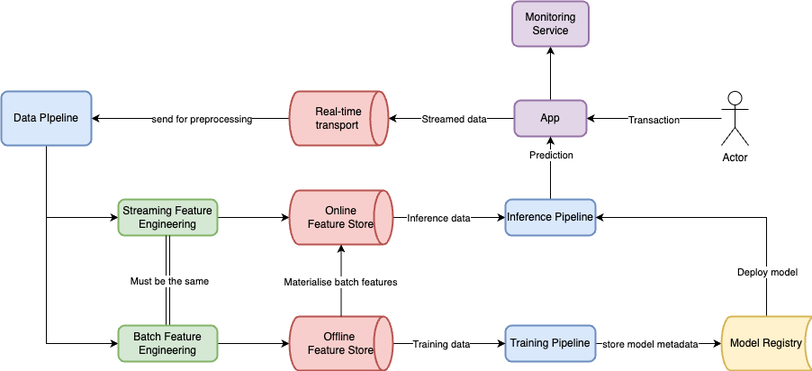
chonalchendo/fraud-detection-service keeps this draw.io diagram as images/fraud-detection-ml-system.drawio.png. Above is the earlier version. Source tidied: cells renumbered, new cells last; positions are measured from the earlier drawing's top-left corner, leaving out a move shared by most shapes. The source it was exported from:
```xml
<mxGraphModel background="#ffffff">
  <root>
    <mxCell id="0" />
    <mxCell id="1" parent="0" />
    <mxCell id="2" style="edgeStyle=orthogonalEdgeStyle;rounded=0;jettySize=auto;html=1;entryX=1;entryY=0.5;entryDx=0;entryDy=0;" parent="1" edge="1" source="4" target="8">
      <mxGeometry relative="1" as="geometry" />
    </mxCell>
    <mxCell id="3" value="Transaction" style="edgeLabel;html=1;align=center;verticalAlign=middle;" parent="2" vertex="1">
      <mxGeometry x="0.01" y="1" relative="1" as="geometry" />
    </mxCell>
    <mxCell id="4" value="Actor" style="shape=umlActor;verticalLabelPosition=bottom;verticalAlign=top;html=1;outlineConnect=0;" parent="1" vertex="1">
      <mxGeometry x="800" y="100" width="30" height="60" as="geometry" />
    </mxCell>
    <mxCell id="5" style="edgeStyle=orthogonalEdgeStyle;rounded=0;jettySize=auto;html=1;" parent="1" edge="1" source="8" target="11">
      <mxGeometry relative="1" as="geometry" />
    </mxCell>
    <mxCell id="6" value="Streamed data" style="edgeLabel;html=1;align=center;verticalAlign=middle;" parent="5" vertex="1">
      <mxGeometry x="-0.24" relative="1" as="geometry">
        <mxPoint x="-15" as="offset" />
      </mxGeometry>
    </mxCell>
    <mxCell id="7" style="edgeStyle=orthogonalEdgeStyle;rounded=0;jettySize=auto;html=1;" parent="1" edge="1" source="8" target="38">
      <mxGeometry relative="1" as="geometry" />
    </mxCell>
    <mxCell id="8" value="App" style="rounded=1;whiteSpace=wrap;html=1;absoluteArcSize=1;arcSize=14;strokeWidth=2;fillColor=#e1d5e7;strokeColor=#9673a6;" parent="1" vertex="1">
      <mxGeometry x="570" y="110" width="80" height="40" as="geometry" />
    </mxCell>
    <mxCell id="9" style="edgeStyle=orthogonalEdgeStyle;rounded=0;jettySize=auto;html=1;" parent="1" edge="1" source="11" target="14">
      <mxGeometry relative="1" as="geometry" />
    </mxCell>
    <mxCell id="10" value="send for preprocessing" style="edgeLabel;html=1;align=center;verticalAlign=middle;" parent="9" vertex="1">
      <mxGeometry x="0.1" y="-1" relative="1" as="geometry">
        <mxPoint x="23" y="1" as="offset" />
      </mxGeometry>
    </mxCell>
    <mxCell id="11" value="Real-time&lt;div&gt;&lt;span style=&quot;background-color: transparent; color: light-dark(rgb(0, 0, 0), rgb(255, 255, 255));&quot;&gt;transport&amp;nbsp;&lt;/span&gt;&lt;/div&gt;" style="strokeWidth=2;html=1;shape=mxgraph.flowchart.direct_data;whiteSpace=wrap;fillColor=#f8cecc;strokeColor=#b85450;" parent="1" vertex="1">
      <mxGeometry x="320" y="100" width="110" height="60" as="geometry" />
    </mxCell>
    <mxCell id="12" style="edgeStyle=orthogonalEdgeStyle;rounded=0;jettySize=auto;html=1;entryX=0;entryY=0.5;entryDx=0;entryDy=0;exitX=0.5;exitY=1;exitDx=0;exitDy=0;" parent="1" edge="1" source="14" target="16">
      <mxGeometry relative="1" as="geometry" />
    </mxCell>
    <mxCell id="13" style="edgeStyle=orthogonalEdgeStyle;rounded=0;jettySize=auto;html=1;entryX=0;entryY=0.5;entryDx=0;entryDy=0;exitX=0.5;exitY=1;exitDx=0;exitDy=0;" parent="1" edge="1" source="14" target="25">
      <mxGeometry relative="1" as="geometry" />
    </mxCell>
    <mxCell id="14" value="Data PIpeline" style="rounded=1;whiteSpace=wrap;html=1;absoluteArcSize=1;arcSize=14;strokeWidth=2;fillColor=#dae8fc;strokeColor=#6c8ebf;" parent="1" vertex="1">
      <mxGeometry y="100" width="100" height="60" as="geometry" />
    </mxCell>
    <mxCell id="15" style="edgeStyle=orthogonalEdgeStyle;rounded=0;jettySize=auto;html=1;entryX=0;entryY=0.5;entryDx=0;entryDy=0;entryPerimeter=0;" parent="1" edge="1" source="16" target="32">
      <mxGeometry relative="1" as="geometry" />
    </mxCell>
    <mxCell id="16" value="Streaming Feature Engineering" style="rounded=1;whiteSpace=wrap;html=1;absoluteArcSize=1;arcSize=14;strokeWidth=2;fillColor=#d5e8d4;strokeColor=#82b366;" parent="1" vertex="1">
      <mxGeometry x="130" y="220" width="110" height="40" as="geometry" />
    </mxCell>
    <mxCell id="17" style="edgeStyle=orthogonalEdgeStyle;rounded=0;jettySize=auto;html=1;entryX=0;entryY=0.5;entryDx=0;entryDy=0;" parent="1" edge="1" source="32" target="21">
      <mxGeometry relative="1" as="geometry" />
    </mxCell>
    <mxCell id="18" value="Inference data" style="edgeLabel;html=1;align=center;verticalAlign=middle;" parent="17" vertex="1">
      <mxGeometry x="-0.51" y="-1" relative="1" as="geometry">
        <mxPoint x="20" y="-1" as="offset" />
      </mxGeometry>
    </mxCell>
    <mxCell id="19" style="edgeStyle=orthogonalEdgeStyle;rounded=0;jettySize=auto;html=1;entryX=0.5;entryY=1;entryDx=0;entryDy=0;" parent="1" edge="1" source="21" target="8">
      <mxGeometry relative="1" as="geometry" />
    </mxCell>
    <mxCell id="20" value="Prediction" style="edgeLabel;html=1;align=center;verticalAlign=middle;" parent="19" vertex="1">
      <mxGeometry x="-0.07" y="-1" relative="1" as="geometry">
        <mxPoint x="-1" y="-17" as="offset" />
      </mxGeometry>
    </mxCell>
    <mxCell id="21" value="Inference Pipeline" style="rounded=1;whiteSpace=wrap;html=1;absoluteArcSize=1;arcSize=14;strokeWidth=2;fillColor=#dae8fc;strokeColor=#6c8ebf;" parent="1" vertex="1">
      <mxGeometry x="560" y="220" width="100" height="40" as="geometry" />
    </mxCell>
    <mxCell id="22" style="edgeStyle=orthogonalEdgeStyle;rounded=0;jettySize=auto;html=1;entryX=0;entryY=0.5;entryDx=0;entryDy=0;entryPerimeter=0;" parent="1" edge="1" source="25" target="35">
      <mxGeometry relative="1" as="geometry" />
    </mxCell>
    <mxCell id="23" style="edgeStyle=orthogonalEdgeStyle;rounded=0;jettySize=auto;html=1;shape=link;" parent="1" edge="1" source="25" target="16">
      <mxGeometry relative="1" as="geometry" />
    </mxCell>
    <mxCell id="24" value="Must be the same" style="edgeLabel;html=1;align=center;verticalAlign=middle;" parent="23" vertex="1">
      <mxGeometry y="-1" relative="1" as="geometry" />
    </mxCell>
    <mxCell id="25" value="Batch Feature Engineering" style="rounded=1;whiteSpace=wrap;html=1;absoluteArcSize=1;arcSize=14;strokeWidth=2;fillColor=#d5e8d4;strokeColor=#82b366;" parent="1" vertex="1">
      <mxGeometry x="130" y="360" width="110" height="40" as="geometry" />
    </mxCell>
    <mxCell id="26" style="edgeStyle=orthogonalEdgeStyle;rounded=0;jettySize=auto;html=1;" parent="1" edge="1" source="28" target="31">
      <mxGeometry relative="1" as="geometry" />
    </mxCell>
    <mxCell id="27" value="store model metadata" style="edgeLabel;html=1;align=center;verticalAlign=middle;" parent="26" vertex="1">
      <mxGeometry x="-0.52" relative="1" as="geometry">
        <mxPoint x="26" as="offset" />
      </mxGeometry>
    </mxCell>
    <mxCell id="28" value="Training Pipeline" style="rounded=1;whiteSpace=wrap;html=1;absoluteArcSize=1;arcSize=14;strokeWidth=2;fillColor=#dae8fc;strokeColor=#6c8ebf;" parent="1" vertex="1">
      <mxGeometry x="560" y="360" width="100" height="40" as="geometry" />
    </mxCell>
    <mxCell id="29" style="edgeStyle=orthogonalEdgeStyle;rounded=0;jettySize=auto;html=1;entryX=1;entryY=0.5;entryDx=0;entryDy=0;exitX=0.5;exitY=0;exitDx=0;exitDy=0;exitPerimeter=0;" parent="1" edge="1" source="31" target="21">
      <mxGeometry relative="1" as="geometry" />
    </mxCell>
    <mxCell id="30" value="Deploy model" style="edgeLabel;html=1;align=center;verticalAlign=middle;" parent="29" vertex="1">
      <mxGeometry x="-0.52" y="-1" relative="1" as="geometry">
        <mxPoint x="-1" y="22" as="offset" />
      </mxGeometry>
    </mxCell>
    <mxCell id="31" value="Model Registry" style="strokeWidth=2;html=1;shape=mxgraph.flowchart.stored_data;whiteSpace=wrap;fillColor=#fff2cc;strokeColor=#d6b656;" parent="1" vertex="1">
      <mxGeometry x="800" y="350" width="100" height="60" as="geometry" />
    </mxCell>
    <mxCell id="32" value="Online&lt;div&gt;Feature Store&lt;/div&gt;" style="strokeWidth=2;html=1;shape=mxgraph.flowchart.direct_data;whiteSpace=wrap;fillColor=#f8cecc;strokeColor=#b85450;" parent="1" vertex="1">
      <mxGeometry x="320" y="210" width="115" height="60" as="geometry" />
    </mxCell>
    <mxCell id="33" style="edgeStyle=orthogonalEdgeStyle;rounded=0;jettySize=auto;html=1;entryX=0;entryY=0.5;entryDx=0;entryDy=0;" parent="1" edge="1" source="35" target="28">
      <mxGeometry relative="1" as="geometry" />
    </mxCell>
    <mxCell id="34" value="Training data" style="edgeLabel;html=1;align=center;verticalAlign=middle;" parent="33" vertex="1">
      <mxGeometry x="-0.28" relative="1" as="geometry">
        <mxPoint x="8" as="offset" />
      </mxGeometry>
    </mxCell>
    <mxCell id="35" value="Offline&amp;nbsp;&lt;div&gt;Feature Store&lt;/div&gt;" style="strokeWidth=2;html=1;shape=mxgraph.flowchart.direct_data;whiteSpace=wrap;fillColor=#f8cecc;strokeColor=#b85450;" parent="1" vertex="1">
      <mxGeometry x="320" y="350" width="115" height="60" as="geometry" />
    </mxCell>
    <mxCell id="36" style="edgeStyle=orthogonalEdgeStyle;rounded=0;jettySize=auto;html=1;entryX=0.5;entryY=1;entryDx=0;entryDy=0;entryPerimeter=0;" parent="1" edge="1" source="35" target="32">
      <mxGeometry relative="1" as="geometry" />
    </mxCell>
    <mxCell id="37" value="Materialise batch features" style="edgeLabel;html=1;align=center;verticalAlign=middle;" parent="36" vertex="1">
      <mxGeometry x="-0.03" y="1" relative="1" as="geometry" />
    </mxCell>
    <mxCell id="38" value="Monitoring Service" style="rounded=1;whiteSpace=wrap;html=1;absoluteArcSize=1;arcSize=14;strokeWidth=2;fillColor=#e1d5e7;strokeColor=#9673a6;" parent="1" vertex="1">
      <mxGeometry x="567.5" width="85" height="50" as="geometry" />
    </mxCell>
  </root>
</mxGraphModel>
```
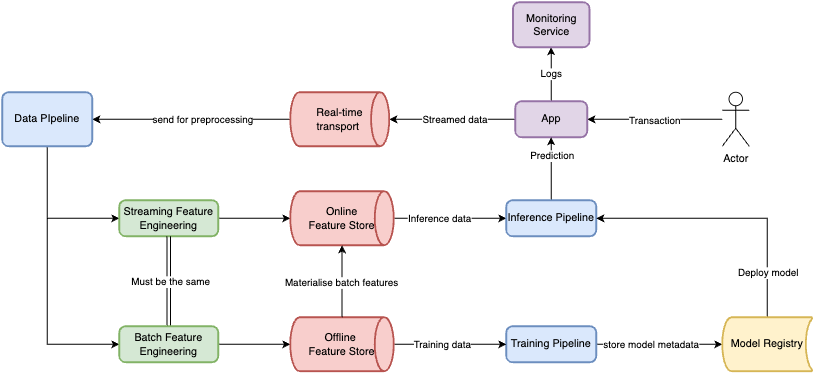
After the change.

What changed in the source:
```diff
@@ -19,7 +19,7 @@
         <mxPoint x="-15" as="offset" />
       </mxGeometry>
     </mxCell>
-    <mxCell id="7" style="edgeStyle=orthogonalEdgeStyle;rounded=0;jettySize=auto;html=1;" parent="1" edge="1" source="8" target="38">
+    <mxCell id="7" value="Logs" style="edgeStyle=orthogonalEdgeStyle;rounded=0;jettySize=auto;html=1;" parent="1" edge="1" source="8" target="38">
       <mxGeometry relative="1" as="geometry" />
     </mxCell>
     <mxCell id="8" value="App" style="rounded=1;whiteSpace=wrap;html=1;absoluteArcSize=1;arcSize=14;strokeWidth=2;fillColor=#e1d5e7;strokeColor=#9673a6;" parent="1" vertex="1">
```
